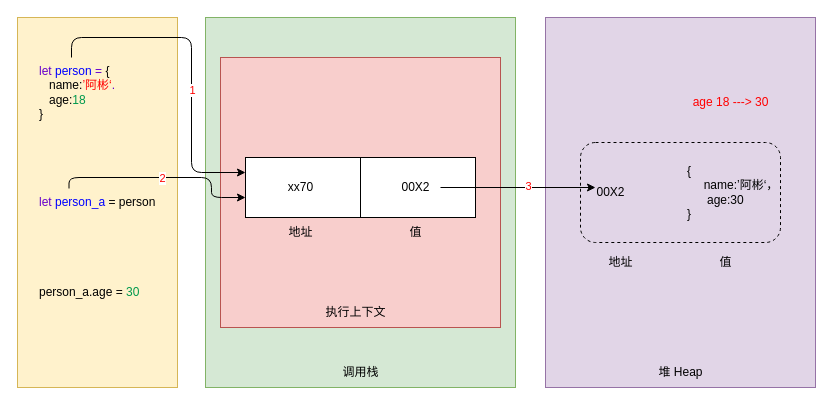
This is javascript/引用值.drawio from wbbhacker/drawFile, a draw.io file, before an edit. Source tidied: cells renumbered, new cells numbered last; positions are measured from the earlier drawing's top-left corner, leaving out a move shared by most shapes. Both pictures are drawn from the tidied source at 100%, with x=0, y=0 at pixel (17, 17).
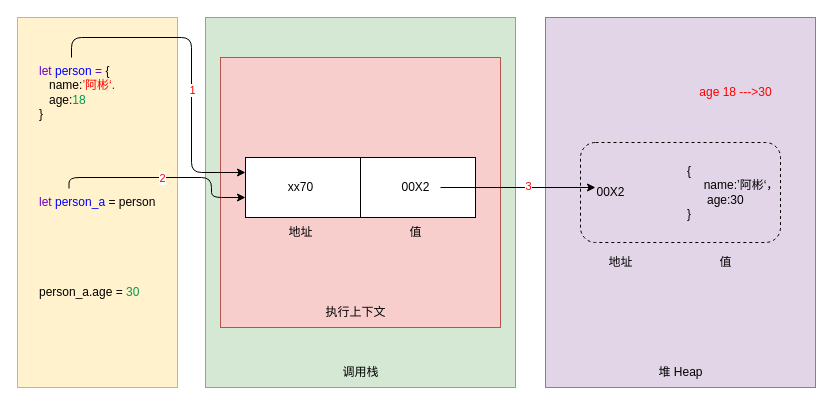
The same page after the edit.

Commit message (it also covers changes not shown here):
更新引用值.drawio

Change to the diagram source:
```diff
@@
-    <mxCell id="30" value="age 18 ---&amp;gt; 30&lt;br&gt;" style="text;html=1;align=center;verticalAlign=middle;strokeColor=none;fillColor=none;fontColor=#FF0000;" parent="1" vertex="1">
-      <mxGeometry x="663" y="70" width="100" height="30" as="geometry" />
-    </mxCell>
+    <mxCell id="31" value="age 18 ---&amp;gt;30" style="text;html=1;align=center;verticalAlign=middle;strokeColor=none;fillColor=none;fontColor=#FF0000;" parent="1" vertex="1">
+      <mxGeometry x="668" y="60" width="100" height="30" as="geometry" />
+    </mxCell>
```
